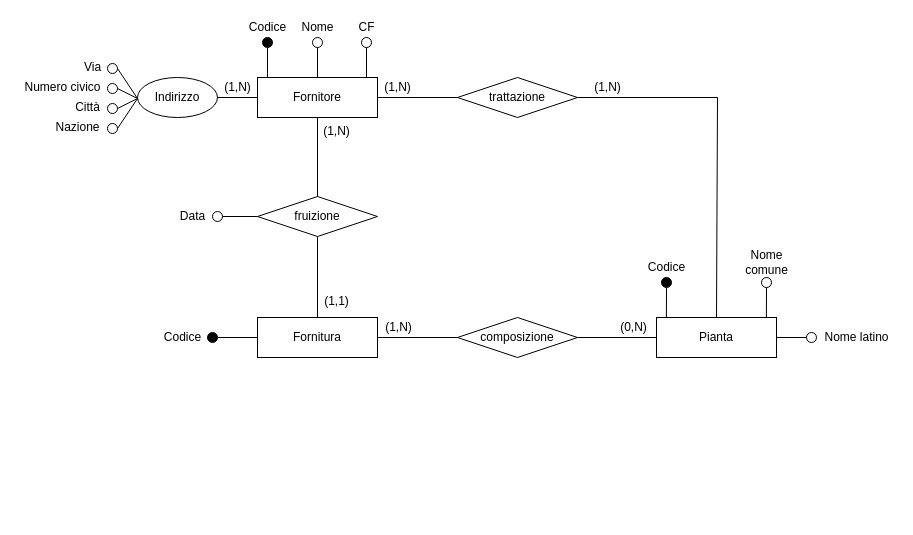
Earlier version of the draw.io diagram ER-diagrams/ER-Fornitore.drawio (nic-agos/Verde-S.R.L). Source tidied: cells renumbered, new cells numbered last; positions are measured from the earlier drawing's top-left corner, leaving out a move shared by most shapes. Both pictures are drawn from the tidied source at 100%, with x=0, y=0 at pixel (17, 17).
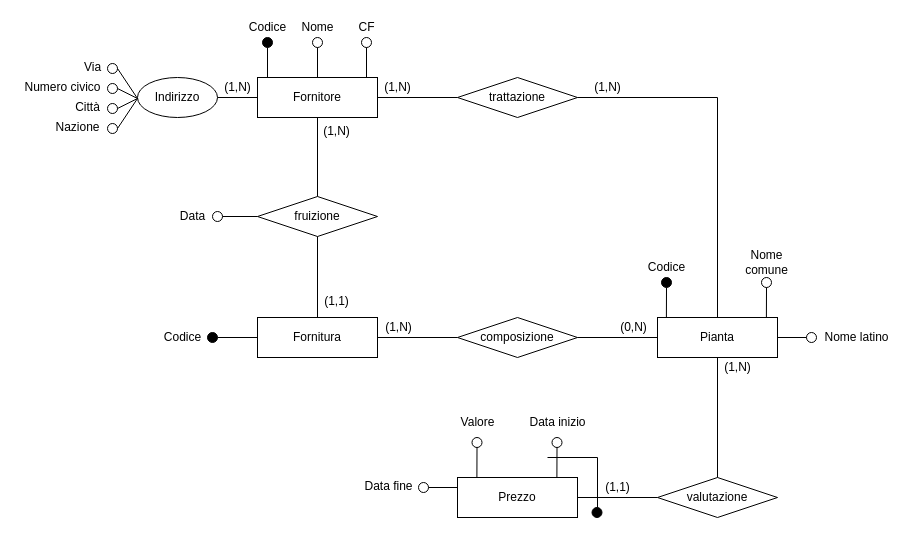
The same diagram, later.

The change refers to these unchanged cells:
```xml
<mxCell id="22" style="ellipse;whiteSpace=wrap;html=1;strokeWidth=1;fillColor=none;" parent="1" vertex="1">
  <mxGeometry x="789" y="315" width="10" height="10" as="geometry" />
</mxCell>
```

What changed in the source:
```diff
@@
     <mxCell id="17" value="Pianta" style="rounded=0;whiteSpace=wrap;html=1;strokeWidth=1;perimeterSpacing=0;" parent="1" vertex="1">
-      <mxGeometry x="639" y="300" width="120" height="40" as="geometry" />
+      <mxGeometry x="640" y="300" width="120" height="40" as="geometry" />
     </mxCell>
@@
-    <mxCell id="21" style="endArrow=none;html=1;rounded=0;fillColor=#000000;exitX=0;exitY=0.5;exitDx=0;exitDy=0;" parent="1" edge="1" source="22">
-      <mxGeometry relative="1" as="geometry">
-        <mxPoint x="759" y="320" as="targetPoint" />
-        <Array as="points">
-          <mxPoint x="759" y="320" />
-        </Array>
-      </mxGeometry>
+    <mxCell id="21" style="endArrow=none;html=1;rounded=0;fillColor=#000000;exitX=0;exitY=0.5;exitDx=0;exitDy=0;entryX=1;entryY=0.5;entryDx=0;entryDy=0;" parent="1" edge="1" source="22" target="17">
+      <mxGeometry relative="1" as="geometry" />
     </mxCell>
@@
+    <mxCell id="59" value="Prezzo" style="rounded=0;whiteSpace=wrap;html=1;strokeWidth=1;perimeterSpacing=0;" parent="1" vertex="1">
+      <mxGeometry x="440" y="460" width="120" height="40" as="geometry" />
+    </mxCell>
+    <mxCell id="60" value="valutazione" style="rhombus;whiteSpace=wrap;html=1;" parent="1" vertex="1">
+      <mxGeometry x="640" y="460" width="120" height="40" as="geometry" />
+    </mxCell>
+    <mxCell id="61" style="endArrow=none;html=1;rounded=0;entryX=1;entryY=0.5;entryDx=0;entryDy=0;exitX=0;exitY=0.5;exitDx=0;exitDy=0;" parent="1" edge="1" source="60" target="59">
+      <mxGeometry relative="1" as="geometry" />
+    </mxCell>
+    <mxCell id="62" style="endArrow=none;html=1;rounded=0;fillColor=#000000;entryX=0.166;entryY=0;entryDx=0;entryDy=0;entryPerimeter=0;exitX=0.5;exitY=1;exitDx=0;exitDy=0;" parent="1" edge="1" source="63">
+      <mxGeometry relative="1" as="geometry">
+        <mxPoint x="459.4" y="460" as="targetPoint" />
+      </mxGeometry>
+    </mxCell>
+    <mxCell id="63" style="ellipse;whiteSpace=wrap;html=1;strokeWidth=1;fillColor=none;" parent="1" vertex="1">
+      <mxGeometry x="454.5" y="420" width="10" height="10" as="geometry" />
+    </mxCell>
+    <mxCell id="64" style="endArrow=none;html=1;rounded=0;fillColor=#000000;entryX=0.166;entryY=0;entryDx=0;entryDy=0;entryPerimeter=0;exitX=0.5;exitY=1;exitDx=0;exitDy=0;" parent="1" edge="1" source="65">
+      <mxGeometry relative="1" as="geometry">
+        <mxPoint x="539.4" y="460" as="targetPoint" />
+      </mxGeometry>
+    </mxCell>
+    <mxCell id="65" style="ellipse;whiteSpace=wrap;html=1;strokeWidth=1;fillColor=none;" parent="1" vertex="1">
+      <mxGeometry x="534.5" y="420" width="10" height="10" as="geometry" />
+    </mxCell>
+    <mxCell id="66" value="Data inizio" style="text;html=1;align=center;verticalAlign=middle;strokeColor=none;fillColor=none;" parent="1" vertex="1">
+      <mxGeometry x="504.5" y="395" width="70" height="20" as="geometry" />
+    </mxCell>
+    <mxCell id="67" value="Valore" style="text;html=1;align=center;verticalAlign=middle;strokeColor=none;fillColor=none;" parent="1" vertex="1">
+      <mxGeometry x="434.5" y="395" width="50" height="20" as="geometry" />
+    </mxCell>
+    <mxCell id="68" style="endArrow=none;html=1;rounded=0;" parent="1" edge="1">
+      <mxGeometry relative="1" as="geometry">
+        <mxPoint x="530" y="440" as="sourcePoint" />
+        <mxPoint x="580" y="490" as="targetPoint" />
+        <Array as="points">
+          <mxPoint x="580" y="440" />
+        </Array>
+      </mxGeometry>
+    </mxCell>
+    <mxCell id="69" style="ellipse;whiteSpace=wrap;html=1;strokeWidth=1;fillColor=#000000;" parent="1" vertex="1">
+      <mxGeometry x="574.5" y="490" width="10" height="10" as="geometry" />
+    </mxCell>
+    <mxCell id="70" value="(1,N)" style="text;html=1;align=center;verticalAlign=middle;strokeColor=none;fillColor=none;" parent="1" vertex="1">
+      <mxGeometry x="700" y="340" width="40" height="20" as="geometry" />
+    </mxCell>
+    <mxCell id="71" value="(1,1)" style="text;html=1;align=center;verticalAlign=middle;strokeColor=none;fillColor=none;" parent="1" vertex="1">
+      <mxGeometry x="580" y="460" width="40" height="20" as="geometry" />
+    </mxCell>
+    <mxCell id="72" style="ellipse;whiteSpace=wrap;html=1;strokeWidth=1;fillColor=none;" parent="1" vertex="1">
+      <mxGeometry x="401" y="465" width="10" height="10" as="geometry" />
+    </mxCell>
+    <mxCell id="73" style="endArrow=none;html=1;rounded=0;exitX=1;exitY=0.5;exitDx=0;exitDy=0;entryX=0;entryY=0.25;entryDx=0;entryDy=0;" parent="1" edge="1" source="72" target="59">
+      <mxGeometry relative="1" as="geometry" />
+    </mxCell>
+    <mxCell id="74" value="Data fine" style="text;html=1;align=center;verticalAlign=middle;strokeColor=none;fillColor=none;" parent="1" vertex="1">
+      <mxGeometry x="341" y="459" width="60" height="20" as="geometry" />
+    </mxCell>
+    <mxCell id="75" style="endArrow=none;html=1;rounded=0;entryX=0.5;entryY=1;entryDx=0;entryDy=0;exitX=0.5;exitY=0;exitDx=0;exitDy=0;" parent="1" edge="1" source="60" target="17">
+      <mxGeometry relative="1" as="geometry" />
+    </mxCell>
```
